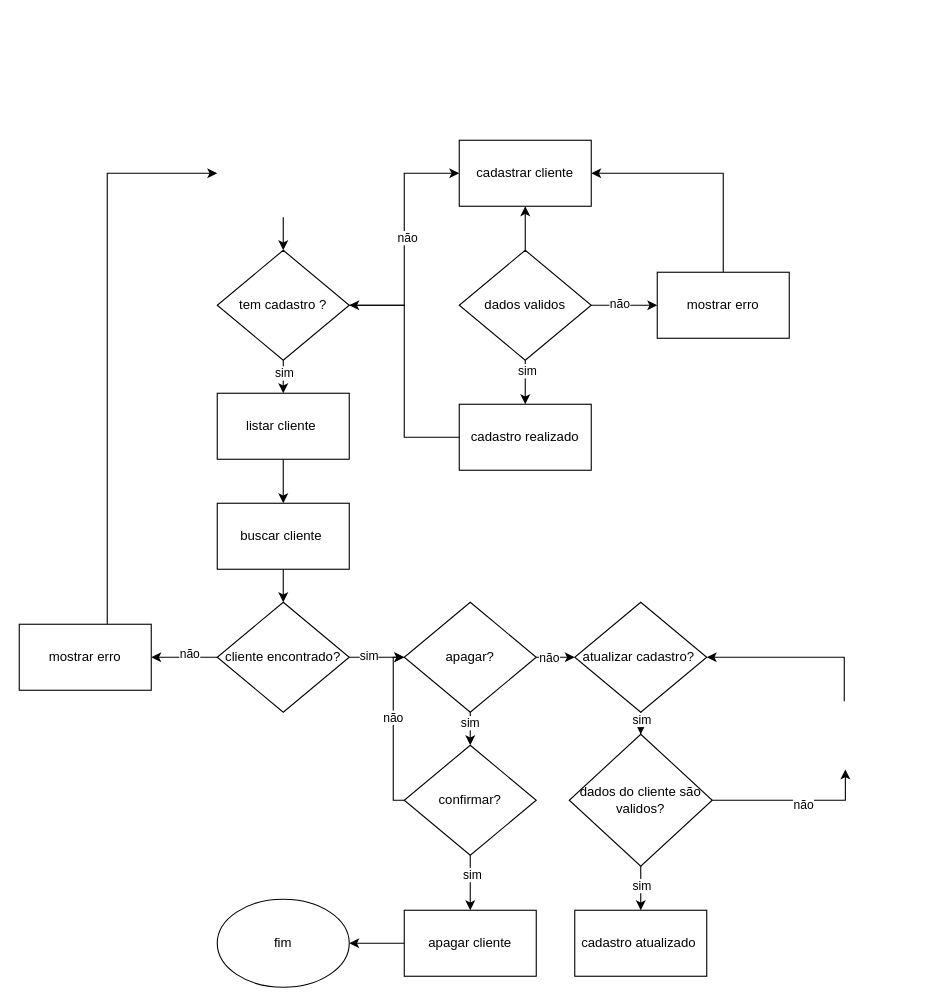
Above: page "Página-4" (4 of 6) of fluxograma.drawio in luisplathdm/fluxo.2 (draw.io), before the change. Source tidied: cells renumbered, new cells numbered last; positions are measured from the earlier drawing's top-left corner, leaving out a move shared by most shapes. Both pictures are drawn from the tidied source at 110%, with x=0, y=0 at pixel (19, 140).
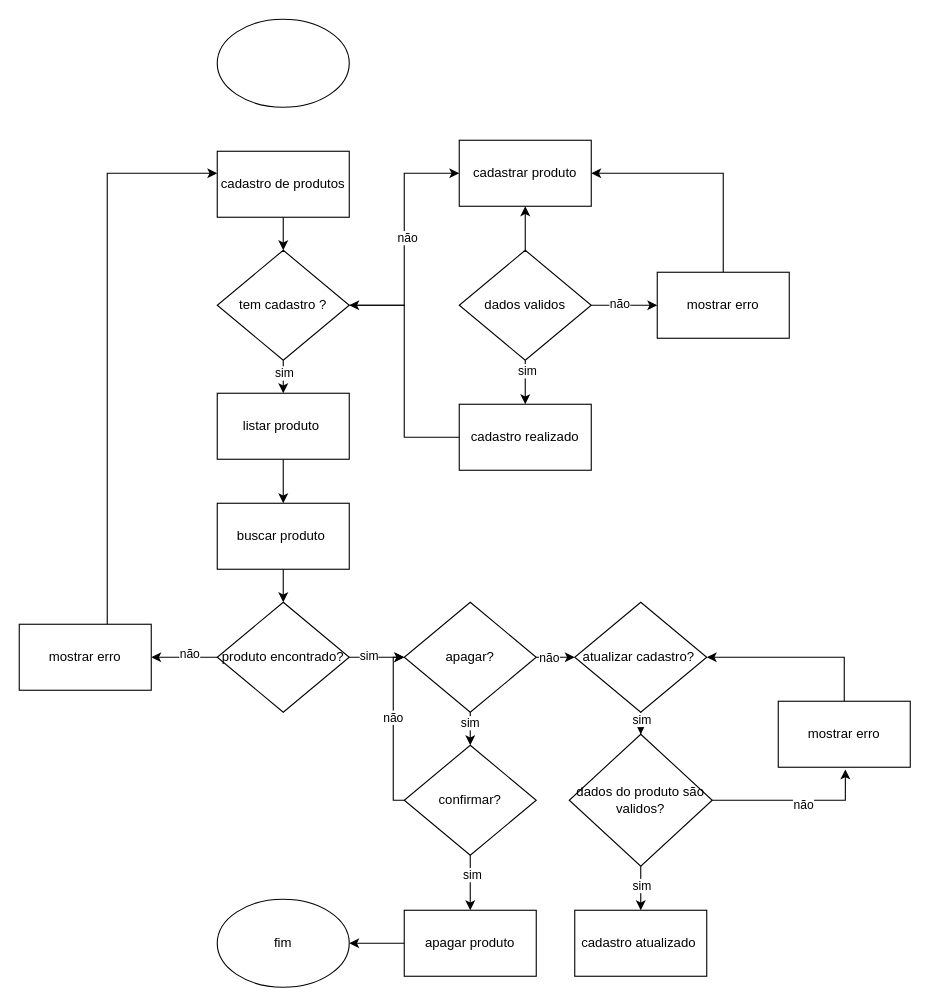
The same page after the edit.

Diff of the diagram source:
```diff
@@
-    <mxCell id="12" value="buscar cliente&amp;nbsp;" style="rounded=0;whiteSpace=wrap;html=1;" parent="1" vertex="1">
+    <mxCell id="12" value="buscar produto&amp;nbsp;" style="rounded=0;whiteSpace=wrap;html=1;" parent="1" vertex="1">
       <mxGeometry x="180" y="330" width="120" height="60" as="geometry" />
     </mxCell>
@@
-    <mxCell id="14" value="listar cliente&amp;nbsp;" style="rounded=0;whiteSpace=wrap;html=1;" parent="1" vertex="1">
+    <mxCell id="14" value="listar produto&amp;nbsp;" style="rounded=0;whiteSpace=wrap;html=1;" parent="1" vertex="1">
       <mxGeometry x="180" y="230" width="120" height="60" as="geometry" />
     </mxCell>
@@
-    <mxCell id="18" value="dados do cliente são validos?" style="rhombus;whiteSpace=wrap;html=1;" parent="1" vertex="1">
+    <mxCell id="18" value="dados do produto são validos?" style="rhombus;whiteSpace=wrap;html=1;" parent="1" vertex="1">
       <mxGeometry x="500" y="540" width="130" height="120" as="geometry" />
     </mxCell>
@@
-    <mxCell id="23" value="cliente encontrado?" style="rhombus;whiteSpace=wrap;html=1;" parent="1" vertex="1">
+    <mxCell id="23" value="produto encontrado?" style="rhombus;whiteSpace=wrap;html=1;" parent="1" vertex="1">
       <mxGeometry x="180" y="420" width="120" height="100" as="geometry" />
     </mxCell>
@@
-    <mxCell id="35" value="apagar cliente" style="rounded=0;whiteSpace=wrap;html=1;" parent="1" vertex="1">
+    <mxCell id="35" value="apagar produto" style="rounded=0;whiteSpace=wrap;html=1;" parent="1" vertex="1">
       <mxGeometry x="350" y="700" width="120" height="60" as="geometry" />
     </mxCell>
@@
-    <mxCell id="40" value="cadastrar cliente" style="rounded=0;whiteSpace=wrap;html=1;" parent="1" vertex="1">
+    <mxCell id="40" value="cadastrar produto" style="rounded=0;whiteSpace=wrap;html=1;" parent="1" vertex="1">
       <mxGeometry x="400" width="120" height="60" as="geometry" />
     </mxCell>
@@
+    <mxCell id="53" value="cadastro de produtos" style="rounded=0;whiteSpace=wrap;html=1;" parent="1" vertex="1">
+      <mxGeometry x="180" y="10" width="120" height="60" as="geometry" />
+    </mxCell>
+    <mxCell id="54" style="ellipse;whiteSpace=wrap;html=1;" parent="1" vertex="1">
+      <mxGeometry x="180" y="-110" width="120" height="80" as="geometry" />
+    </mxCell>
+    <mxCell id="55" value="mostrar erro" style="rounded=0;whiteSpace=wrap;html=1;" parent="1" vertex="1">
+      <mxGeometry x="690" y="510" width="120" height="60" as="geometry" />
+    </mxCell>
```
